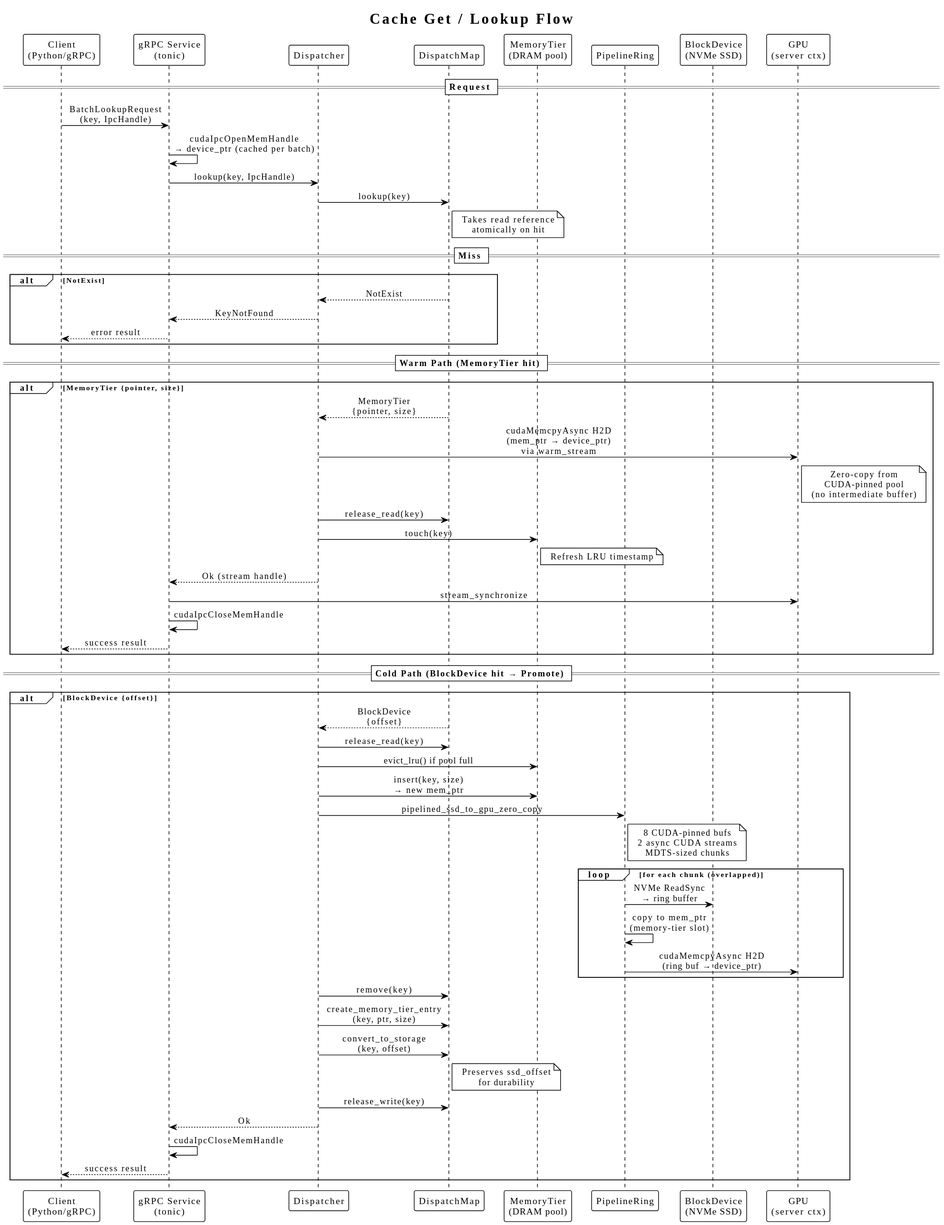
AI-native-Systems-Research/ai-native-storage-certus keeps this PlantUML diagram as design/profiles/full/design-spec-hit-flow.svg. Above is the earlier version.
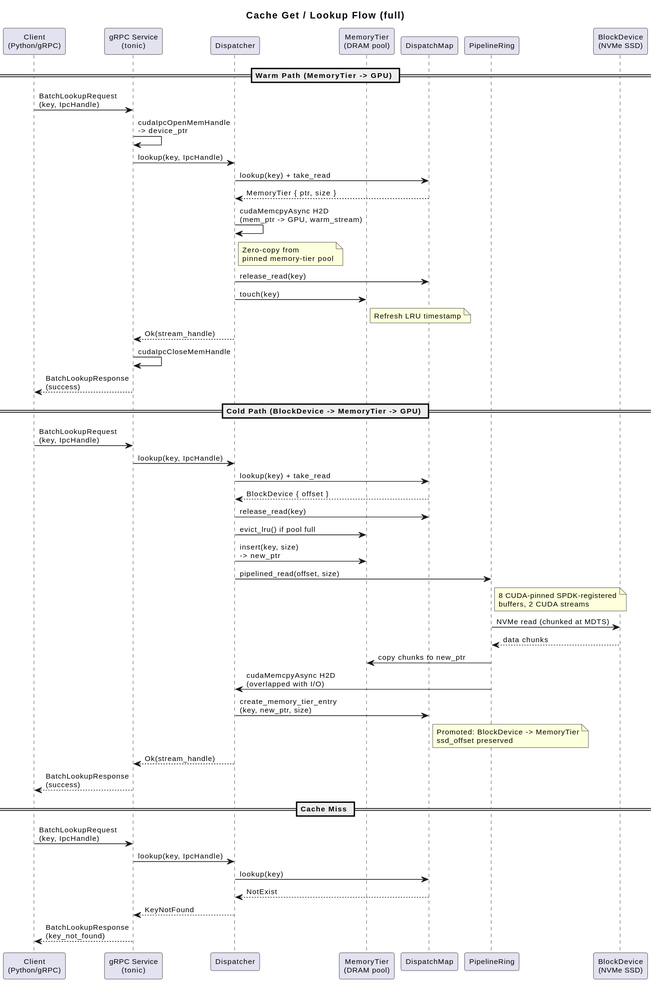
Above is the later version.

Commit message:
feat: update full profile diagrams to new style with .puml sources

Change to the diagram source:
```diff
@@ -1,80 +1,70 @@
 @startuml
-!theme plain
-skinparam defaultTextAlignment center
+skinparam shadowing false
+skinparam defaultFontSize 11
 
-title Cache Get / Lookup Flow
+title Cache Get / Lookup Flow (full)
 
 participant "Client\n(Python/gRPC)" as client
 participant "gRPC Service\n(tonic)" as grpc
 participant "Dispatcher" as disp
+participant "MemoryTier\n(DRAM pool)" as mt
 participant "DispatchMap" as dm
-participant "MemoryTier\n(DRAM pool)" as mt
-participant "PipelineRing" as ring
+participant "PipelineRing" as pr
 participant "BlockDevice\n(NVMe SSD)" as ssd
-participant "GPU\n(server ctx)" as gpu
 
-== Request ==
+== Warm Path (MemoryTier -> GPU) ==
 
-client -> grpc : BatchLookupRequest\n(key, IpcHandle)
-grpc -> grpc : cudaIpcOpenMemHandle\n→ device_ptr (cached per batch)
+client -> grpc: BatchLookupRequest\n(key, IpcHandle)
+grpc -> grpc: cudaIpcOpenMemHandle\n-> device_ptr
+grpc -> disp: lookup(key, IpcHandle)
 
-grpc -> disp : lookup(key, IpcHandle)
+disp -> dm: lookup(key) + take_read
+dm --> disp: MemoryTier { ptr, size }
 
-disp -> dm : lookup(key)
-note right of dm : Takes read reference\natomically on hit
+disp -> disp: cudaMemcpyAsync H2D\n(mem_ptr -> GPU, warm_stream)
+note right of disp: Zero-copy from\npinned memory-tier pool
 
-== Miss ==
+disp -> dm: release_read(key)
+disp -> mt: touch(key)
+note right of mt: Refresh LRU timestamp
 
-alt NotExist
-    dm --> disp : NotExist
-    disp --> grpc : KeyNotFound
-    grpc --> client : error result
-end
+disp --> grpc: Ok(stream_handle)
+grpc -> grpc: cudaIpcCloseMemHandle
+grpc --> client: BatchLookupResponse\n(success)
 
-== Warm Path (MemoryTier hit) ==
+== Cold Path (BlockDevice -> MemoryTier -> GPU) ==
 
-alt MemoryTier {pointer, size}
-    dm --> disp : MemoryTier\n{pointer, size}
+client -> grpc: BatchLookupRequest\n(key, IpcHandle)
+grpc -> disp: lookup(key, IpcHandle)
 
-    disp -> gpu : cudaMemcpyAsync H2D\n(mem_ptr → device_ptr)\nvia warm_stream
-    note right of gpu : Zero-copy from\nCUDA-pinned pool\n(no intermediate buffer)
+disp -> dm: lookup(key) + take_read
+dm --> disp: BlockDevice { offset }
+disp -> dm: release_read(key)
 
-    disp -> dm : release_read(key)
-    disp -> mt : touch(key)
-    note right of mt : Refresh LRU timestamp
+disp -> mt: evict_lru() if pool full
+disp -> mt: insert(key, size)\n-> new_ptr
 
-    disp --> grpc : Ok (stream handle)
-    grpc -> gpu : stream_synchronize
-    grpc -> grpc : cudaIpcCloseMemHandle
-    grpc --> client : success result
-end
+disp -> pr: pipelined_read(offset, size)
+note right of pr: 8 CUDA-pinned SPDK-registered\nbuffers, 2 CUDA streams
+pr -> ssd: NVMe read (chunked at MDTS)
+ssd --> pr: data chunks
+pr -> mt: copy chunks to new_ptr
+pr -> disp: cudaMemcpyAsync H2D\n(overlapped with I/O)
 
-== Cold Path (BlockDevice hit → Promote) ==
+disp -> dm: create_memory_tier_entry\n(key, new_ptr, size)
+note right of dm: Promoted: BlockDevice -> MemoryTier\nssd_offset preserved
 
-alt BlockDevice {offset}
-    dm --> disp : BlockDevice\n{offset}
-    disp -> dm : release_read(key)
+disp --> grpc: Ok(stream_handle)
+grpc --> client: BatchLookupResponse\n(success)
 
-    disp -> mt : evict_lru() if pool full
-    disp -> mt : insert(key, size)\n→ new mem_ptr
+== Cache Miss ==
 
-    disp -> ring : pipelined_ssd_to_gpu_zero_copy
-    note right of ring : 8 CUDA-pinned bufs\n2 async CUDA streams\nMDTS-sized chunks
+client -> grpc: BatchLookupRequest\n(key, IpcHandle)
+grpc -> disp: lookup(key, IpcHandle)
 
-    loop for each chunk (overlapped)
-        ring -> ssd : NVMe ReadSync\n→ ring buffer
-        ring -> ring : copy to mem_ptr\n(memory-tier slot)
-        ring -> gpu : cudaMemcpyAsync H2D\n(ring buf → device_ptr)
-    end
+disp -> dm: lookup(key)
+dm --> disp: NotExist
 
-    disp -> dm : remove(key)
-    disp -> dm : create_memory_tier_entry\n(key, ptr, size)
-    disp -> dm : convert_to_storage\n(key, offset)
-    note right of dm : Preserves ssd_offset\nfor durability
-    disp -> dm : release_write(key)
-
-    disp --> grpc : Ok
-    grpc -> grpc : cudaIpcCloseMemHandle
-    grpc --> client : success result
-end
+disp --> grpc: KeyNotFound
+grpc --> client: BatchLookupResponse\n(key_not_found)
 @enduml
```
